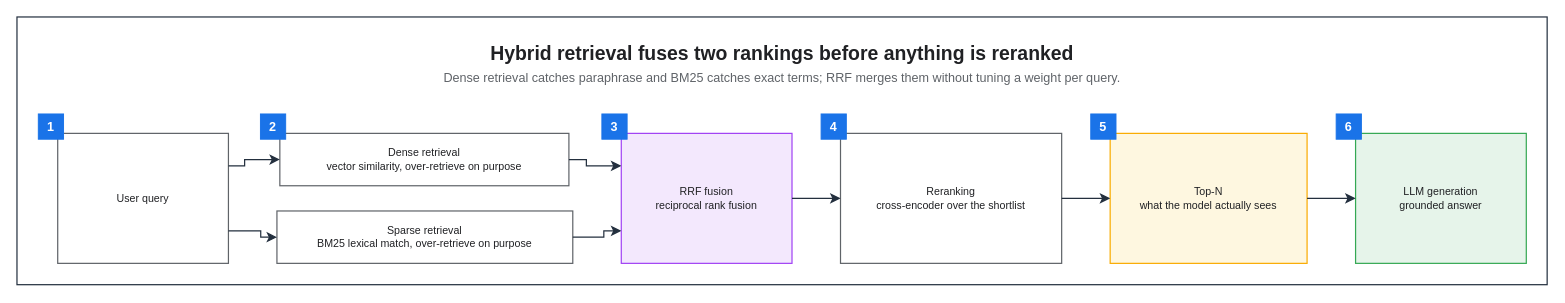
The draw.io diagram assets/img/ai/rag-04-hybrid-rerank.drawio in KKamJi98/kkamji98.github.io, before the edit. Source tidied: cells renumbered, new cells numbered last; positions are measured from the earlier drawing's top-left corner, leaving out a move shared by most shapes. Both pictures are drawn from the tidied source at 97%, with x=0, y=0 at pixel (16, 16).
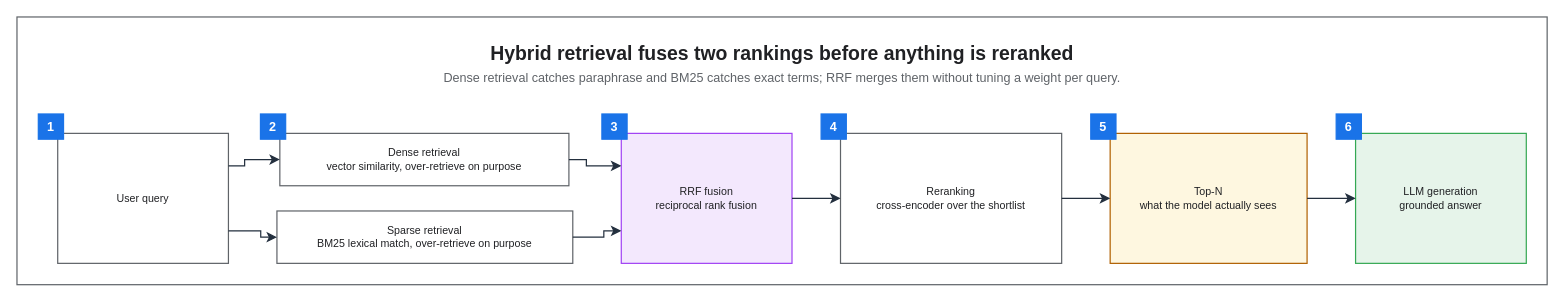
The same page after the edit.

Diff of the diagram source:
```diff
@@
-    <mxCell id="2" style="rounded=0;html=0;fillColor=none;strokeColor=#232F3E;fontColor=#202124;strokeWidth=1.25;" parent="1" vertex="1">
+    <mxCell id="2" style="rounded=0;html=0;fillColor=none;strokeColor=#5F6368;fontColor=#202124;strokeWidth=1.25;" parent="1" vertex="1">
       <mxGeometry width="1577.5" height="276" as="geometry" />
     </mxCell>
@@
-    <mxCell id="10" value="Top-N&#10;what the model actually sees" style="rounded=0;whiteSpace=wrap;html=0;fillColor=#FEF7E0;strokeColor=#F9AB00;fontColor=#202124;fontSize=11;fontStyle=0;align=center;verticalAlign=middle;spacingLeft=6;spacingRight=6;strokeWidth=1.25;" parent="1" vertex="1">
+    <mxCell id="10" value="Top-N&#10;what the model actually sees" style="rounded=0;whiteSpace=wrap;html=0;fillColor=#FEF7E0;strokeColor=#B06000;fontColor=#202124;fontSize=11;fontStyle=0;align=center;verticalAlign=middle;spacingLeft=6;spacingRight=6;strokeWidth=1.25;" parent="1" vertex="1">
       <mxGeometry x="1127" y="120" width="203" height="134" as="geometry" />
     </mxCell>
@@
-    <mxCell id="12" value="1" style="rounded=0;whiteSpace=wrap;html=0;fillColor=#1A73E8;strokeColor=#1A73E8;fontColor=#FFFFFF;fontSize=13;fontStyle=1;align=center;verticalAlign=middle;" parent="1" vertex="1">
+    <mxCell id="12" value="1" style="rounded=0;whiteSpace=wrap;html=0;fillColor=#1A73E8;strokeColor=#1A73E8;fontColor=#FFFFFF;fontSize=13;fontStyle=1;align=center;verticalAlign=middle;strokeWidth=1.25;" parent="1" vertex="1">
       <mxGeometry x="22" y="100" width="26" height="26" as="geometry" />
     </mxCell>
-    <mxCell id="13" value="2" style="rounded=0;whiteSpace=wrap;html=0;fillColor=#1A73E8;strokeColor=#1A73E8;fontColor=#FFFFFF;fontSize=13;fontStyle=1;align=center;verticalAlign=middle;" parent="1" vertex="1">
+    <mxCell id="13" value="2" style="rounded=0;whiteSpace=wrap;html=0;fillColor=#1A73E8;strokeColor=#1A73E8;fontColor=#FFFFFF;fontSize=13;fontStyle=1;align=center;verticalAlign=middle;strokeWidth=1.25;" parent="1" vertex="1">
       <mxGeometry x="251" y="100" width="26" height="26" as="geometry" />
     </mxCell>
-    <mxCell id="14" value="3" style="rounded=0;whiteSpace=wrap;html=0;fillColor=#1A73E8;strokeColor=#1A73E8;fontColor=#FFFFFF;fontSize=13;fontStyle=1;align=center;verticalAlign=middle;" parent="1" vertex="1">
+    <mxCell id="14" value="3" style="rounded=0;whiteSpace=wrap;html=0;fillColor=#1A73E8;strokeColor=#1A73E8;fontColor=#FFFFFF;fontSize=13;fontStyle=1;align=center;verticalAlign=middle;strokeWidth=1.25;" parent="1" vertex="1">
       <mxGeometry x="603" y="100" width="26" height="26" as="geometry" />
     </mxCell>
-    <mxCell id="15" value="4" style="rounded=0;whiteSpace=wrap;html=0;fillColor=#1A73E8;strokeColor=#1A73E8;fontColor=#FFFFFF;fontSize=13;fontStyle=1;align=center;verticalAlign=middle;" parent="1" vertex="1">
+    <mxCell id="15" value="4" style="rounded=0;whiteSpace=wrap;html=0;fillColor=#1A73E8;strokeColor=#1A73E8;fontColor=#FFFFFF;fontSize=13;fontStyle=1;align=center;verticalAlign=middle;strokeWidth=1.25;" parent="1" vertex="1">
       <mxGeometry x="829" y="100" width="26" height="26" as="geometry" />
     </mxCell>
-    <mxCell id="16" value="5" style="rounded=0;whiteSpace=wrap;html=0;fillColor=#1A73E8;strokeColor=#1A73E8;fontColor=#FFFFFF;fontSize=13;fontStyle=1;align=center;verticalAlign=middle;" parent="1" vertex="1">
+    <mxCell id="16" value="5" style="rounded=0;whiteSpace=wrap;html=0;fillColor=#1A73E8;strokeColor=#1A73E8;fontColor=#FFFFFF;fontSize=13;fontStyle=1;align=center;verticalAlign=middle;strokeWidth=1.25;" parent="1" vertex="1">
       <mxGeometry x="1107" y="100" width="26" height="26" as="geometry" />
     </mxCell>
-    <mxCell id="17" value="6" style="rounded=0;whiteSpace=wrap;html=0;fillColor=#1A73E8;strokeColor=#1A73E8;fontColor=#FFFFFF;fontSize=13;fontStyle=1;align=center;verticalAlign=middle;" parent="1" vertex="1">
+    <mxCell id="17" value="6" style="rounded=0;whiteSpace=wrap;html=0;fillColor=#1A73E8;strokeColor=#1A73E8;fontColor=#FFFFFF;fontSize=13;fontStyle=1;align=center;verticalAlign=middle;strokeWidth=1.25;" parent="1" vertex="1">
       <mxGeometry x="1360" y="100" width="26" height="26" as="geometry" />
     </mxCell>
```
